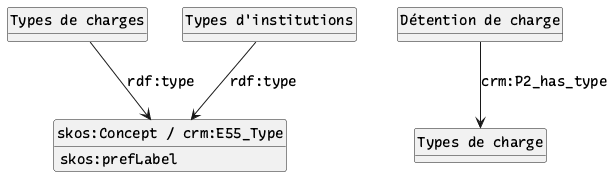
Above: 20260312-cm-crm/REFAR — Institutions.png in Amleth/communications (PlantUML), before the change.
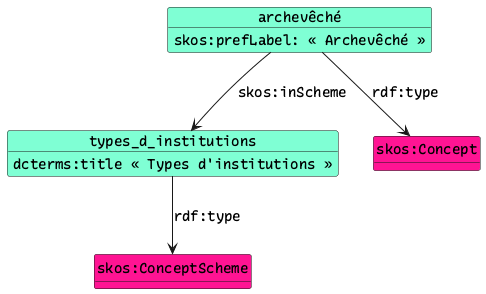
After the commit.

What changed in the source:
```diff
@@ -1,23 +1,28 @@
-@startuml REFAR — Institutions
+@startuml "REFAR — Institutions"
+
 skinparam defaultFontName "Recursive"
 skinparam defaultFontSize 14
 hide methods
 hide circle
 
-class "Types de charges" {}
+object archevêché #Aquamarine {
+    skos:prefLabel: « Archevêché »
+}
 
-class "Types d'institutions" {}
+object types_d_institutions #Aquamarine {
+    dcterms:title « Types d'institutions »
+}
 
-class "Détention de charge" {
+class skos:Concept #DeepPink {
 
 }
 
-class "skos:Concept / crm:E55_Type" {
-    skos:prefLabel
+class skos:ConceptScheme #DeepPink {
+
 }
 
-"Types de charges" --> "skos:Concept / crm:E55_Type" : "rdf:type"
-"Types d'institutions" --> "skos:Concept / crm:E55_Type" : "rdf:type"
-"Détention de charge" --> "Types de charge" : "crm:P2_has_type"
+archevêché --> "skos:Concept" : "rdf:type"
+archevêché --> types_d_institutions : "skos:inScheme"
+types_d_institutions --> "skos:ConceptScheme" : "rdf:type"
 
 @enduml
```
